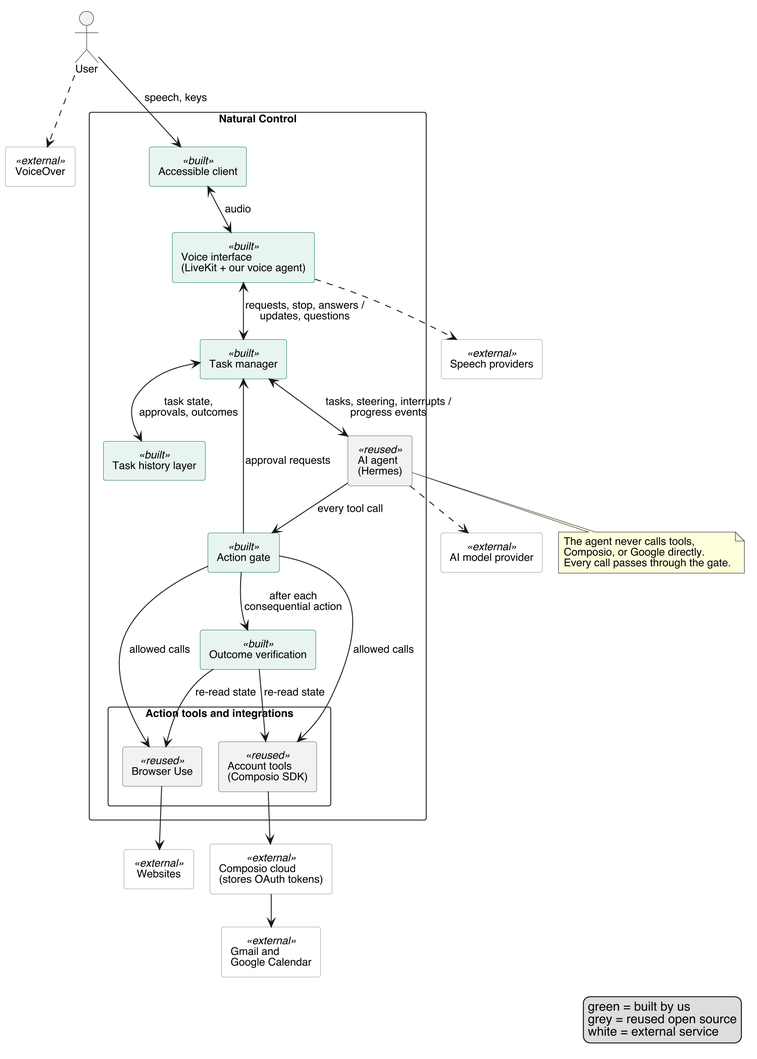
The PlantUML diagram docs/SRS-Meyer/figures/component-diagram.png in NaturalControl/natural-control, before a commit. The source it was exported from:
```plantuml
@startuml component-diagram
!pragma layout smetana
skinparam dpi 200
skinparam componentStyle rectangle
skinparam shadowing false
skinparam defaultFontName Helvetica
skinparam defaultFontSize 12
skinparam rectangle {
  BackgroundColor<<built>> #E8F4EF
  BorderColor<<built>> #1D7A5C
  BackgroundColor<<reused>> #F2F2F0
  BorderColor<<reused>> #6B6B66
  BackgroundColor<<external>> #FFFFFF
  BorderColor<<external>> #999999
}

actor "User" as user

rectangle "Natural Control" {
  rectangle "Accessible client" <<built>> as client
  rectangle "Voice interface\n(LiveKit + our voice agent)" <<built>> as voice
  rectangle "Task manager" <<built>> as tm
  rectangle "Task history layer" <<built>> as hist
  rectangle "AI agent\n(Hermes)" <<reused>> as agent
  rectangle "Action gate" <<built>> as gate
  rectangle "Outcome verification" <<built>> as verify
  rectangle "Action tools and integrations" {
    rectangle "Browser Use" <<reused>> as browser
    rectangle "Account tools\n(Composio SDK)" <<reused>> as accounts
  }
}

rectangle "VoiceOver" <<external>> as vo
rectangle "Speech providers" <<external>> as speech
rectangle "AI model provider" <<external>> as model
rectangle "Websites" <<external>> as web
rectangle "Composio cloud\n(stores OAuth tokens)" <<external>> as composio
rectangle "Gmail and\nGoogle Calendar" <<external>> as google

user --> client : speech, keys
user ..> vo
client <--> voice : audio
voice ..> speech
voice <--> tm : requests, stop, answers /\nupdates, questions
tm <--> hist : task state,\napprovals, outcomes
tm <--> agent : tasks, steering, interrupts /\nprogress events
agent ..> model
agent --> gate : every tool call
gate --> tm : approval requests
gate --> browser : allowed calls
gate --> accounts : allowed calls
gate --> verify : after each\nconsequential action
verify --> browser : re-read state
verify --> accounts : re-read state
browser --> web
accounts --> composio
composio --> google

note bottom of agent
  The agent never calls tools,
  Composio, or Google directly.
  Every call passes through the gate.
end note

legend right
  green = built by us
  grey = reused open source
  white = external service
endlegend
@enduml
```
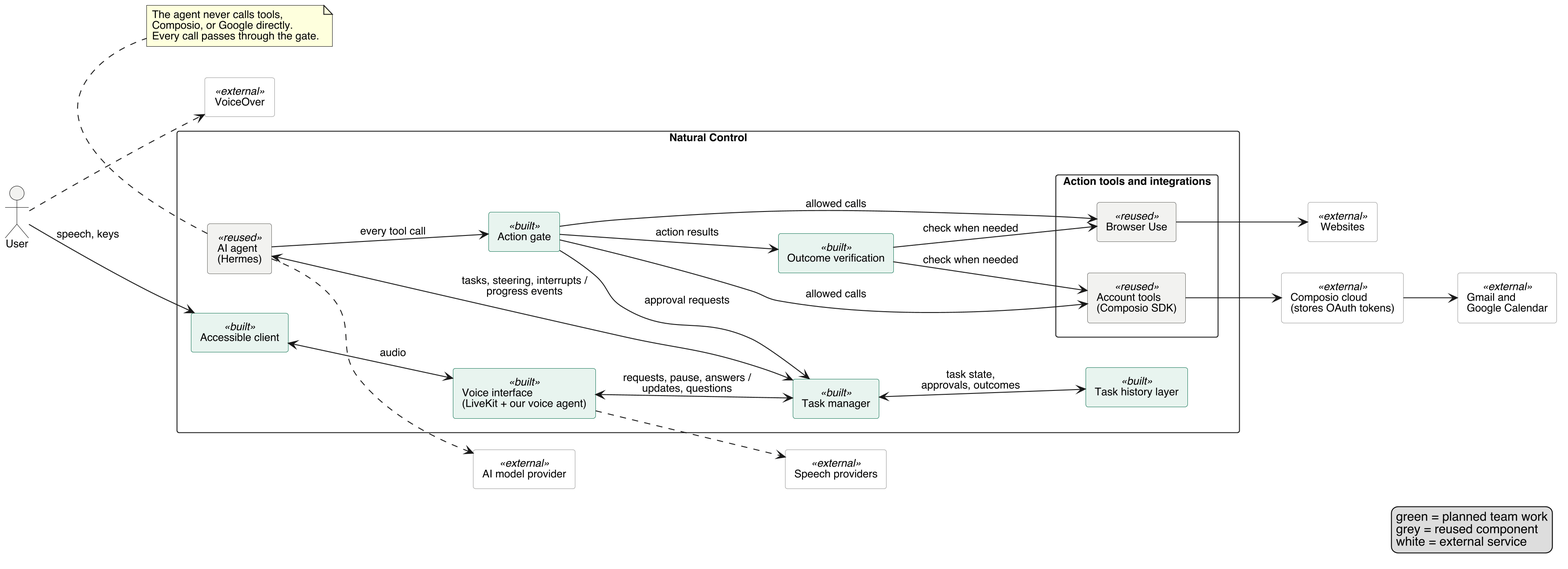
The same diagram one commit later.

The edit, as a diff of the source:
```diff
@@ -1,7 +1,7 @@
 @startuml component-diagram
-!pragma layout smetana
 skinparam dpi 200
 skinparam componentStyle rectangle
+left to right direction
 skinparam shadowing false
 skinparam defaultFontName Helvetica
 skinparam defaultFontSize 12
@@ -41,7 +41,7 @@
 user ..> vo
 client <--> voice : audio
 voice ..> speech
-voice <--> tm : requests, stop, answers /\nupdates, questions
+voice <--> tm : requests, pause, answers /\nupdates, questions
 tm <--> hist : task state,\napprovals, outcomes
 tm <--> agent : tasks, steering, interrupts /\nprogress events
 agent ..> model
@@ -49,9 +49,9 @@
 gate --> tm : approval requests
 gate --> browser : allowed calls
 gate --> accounts : allowed calls
-gate --> verify : after each\nconsequential action
-verify --> browser : re-read state
-verify --> accounts : re-read state
+gate --> verify : action results
+verify --> browser : check when needed
+verify --> accounts : check when needed
 browser --> web
 accounts --> composio
 composio --> google
@@ -63,8 +63,8 @@
 end note
 
 legend right
-  green = built by us
-  grey = reused open source
+  green = planned team work
+  grey = reused component
   white = external service
 endlegend
 @enduml
```
